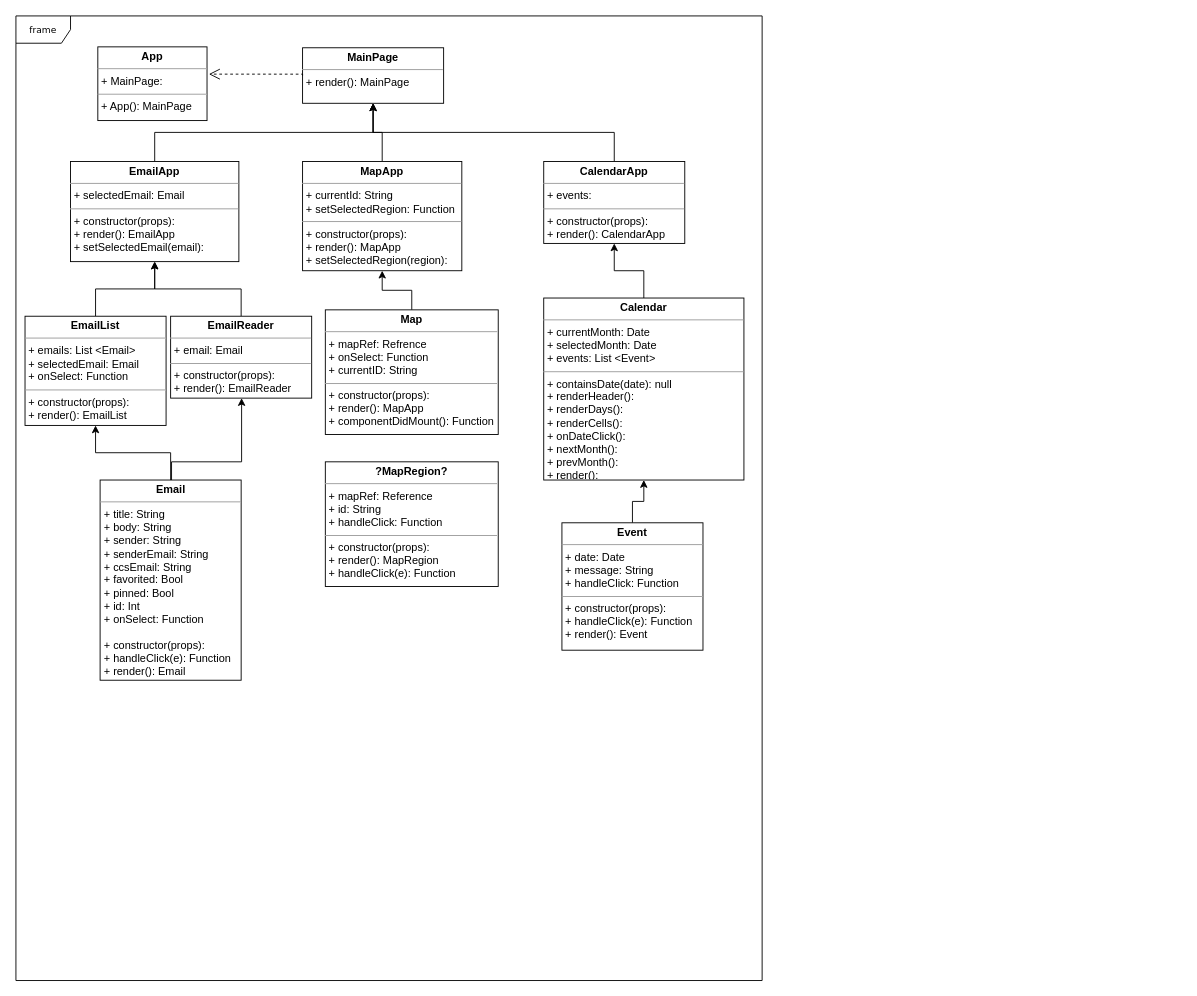
Before: Grand Theft Democracy UML.drawio in RunAroundInCircles/Breaking-Democracy, a draw.io diagram. Source tidied: cells renumbered, new cells numbered last; positions are measured from the earlier drawing's top-left corner, leaving out a move shared by most shapes. Both pictures are drawn from the tidied source at 91%, with x=0, y=0 at pixel (15, 15).
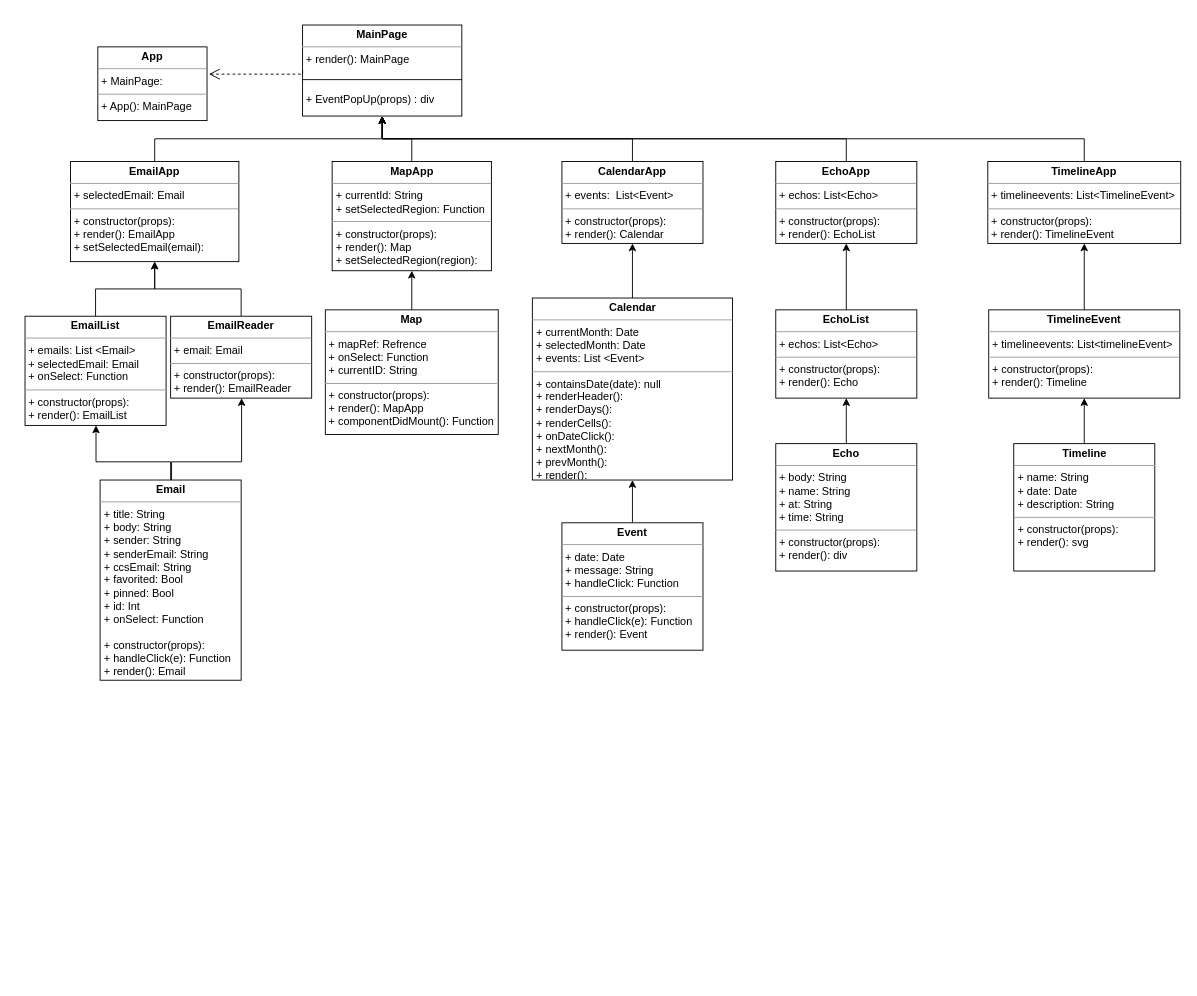
The same page after the edit.

The change refers to these unchanged cells:
```xml
<mxCell id="13" value="&lt;p style=&quot;margin: 0px ; margin-top: 4px ; text-align: center&quot;&gt;&lt;b&gt;EmailList&lt;/b&gt;&lt;/p&gt;&lt;hr size=&quot;1&quot;&gt;&lt;p style=&quot;margin: 0px ; margin-left: 4px&quot;&gt;+ emails: List &amp;lt;Email&amp;gt;&lt;br&gt;+ selectedEmail: Email&lt;/p&gt;&lt;p style=&quot;margin: 0px ; margin-left: 4px&quot;&gt;+ onSelect: Function&amp;nbsp;&lt;/p&gt;&lt;hr size=&quot;1&quot;&gt;&lt;p style=&quot;margin: 0px ; margin-left: 4px&quot;&gt;+ constructor(props):&lt;/p&gt;&lt;p style=&quot;margin: 0px ; margin-left: 4px&quot;&gt;+ render(): EmailList&lt;/p&gt;&lt;p style=&quot;margin: 0px ; margin-left: 4px&quot;&gt;&lt;br&gt;&lt;br&gt;&lt;/p&gt;" style="verticalAlign=top;align=left;overflow=fill;fontSize=12;fontFamily=Helvetica;html=1;rounded=0;shadow=0;comic=0;labelBackgroundColor=none;strokeWidth=1;" parent="1" vertex="1">
  <mxGeometry x="10" y="330" width="155" height="120" as="geometry" />
</mxCell>
<mxCell id="18" value="&lt;p style=&quot;margin: 0px ; margin-top: 4px ; text-align: center&quot;&gt;&lt;b&gt;Email&lt;/b&gt;&lt;/p&gt;&lt;hr size=&quot;1&quot;&gt;&lt;p style=&quot;margin: 0px ; margin-left: 4px&quot;&gt;+ title: String&lt;/p&gt;&lt;p style=&quot;margin: 0px ; margin-left: 4px&quot;&gt;+ body: String&lt;/p&gt;&lt;p style=&quot;margin: 0px ; margin-left: 4px&quot;&gt;+ sender: String&lt;/p&gt;&lt;p style=&quot;margin: 0px ; margin-left: 4px&quot;&gt;+ senderEmail: String&lt;/p&gt;&lt;p style=&quot;margin: 0px ; margin-left: 4px&quot;&gt;+ ccsEmail: String&lt;/p&gt;&lt;p style=&quot;margin: 0px ; margin-left: 4px&quot;&gt;+ favorited: Bool&lt;/p&gt;&lt;p style=&quot;margin: 0px ; margin-left: 4px&quot;&gt;+ pinned: Bool&lt;/p&gt;&lt;p style=&quot;margin: 0px ; margin-left: 4px&quot;&gt;+ id: Int&lt;/p&gt;&lt;p style=&quot;margin: 0px ; margin-left: 4px&quot;&gt;+ onSelect: Function&lt;/p&gt;&lt;p style=&quot;margin: 0px ; margin-left: 4px&quot;&gt;&lt;br&gt;&lt;/p&gt;&lt;p style=&quot;margin: 0px 0px 0px 4px&quot;&gt;+ constructor(props):&lt;/p&gt;&lt;p style=&quot;margin: 0px ; margin-left: 4px&quot;&gt;+ handleClick(e): Function&lt;/p&gt;&lt;p style=&quot;margin: 0px ; margin-left: 4px&quot;&gt;&lt;span&gt;+ render(): Email&lt;/span&gt;&lt;br&gt;&lt;/p&gt;&lt;p style=&quot;margin: 0px ; margin-left: 4px&quot;&gt;&lt;br&gt;&lt;/p&gt;" style="verticalAlign=top;align=left;overflow=fill;fontSize=12;fontFamily=Helvetica;html=1;rounded=0;shadow=0;comic=0;labelBackgroundColor=none;strokeWidth=1;" parent="1" vertex="1">
  <mxGeometry x="92.5" y="510" width="155" height="220" as="geometry" />
</mxCell>
```

What changed in the source:
```diff
@@
-    <mxCell id="2" value="frame" style="shape=umlFrame;whiteSpace=wrap;html=1;rounded=0;shadow=0;comic=0;labelBackgroundColor=none;strokeWidth=1;fontFamily=Verdana;fontSize=10;align=center;" parent="1" vertex="1">
-      <mxGeometry width="820" height="1060" as="geometry" />
-    </mxCell>
-    <mxCell id="3" value="&lt;p style=&quot;margin: 0px ; margin-top: 4px ; text-align: center&quot;&gt;&lt;b&gt;MainPage&lt;/b&gt;&lt;/p&gt;&lt;hr size=&quot;1&quot;&gt;&lt;p style=&quot;margin: 0px ; margin-left: 4px&quot;&gt;&lt;span&gt;+ render(): MainPage&lt;/span&gt;&lt;br&gt;&lt;/p&gt;&lt;p style=&quot;margin: 0px ; margin-left: 4px&quot;&gt;&lt;br&gt;&lt;/p&gt;" style="verticalAlign=top;align=left;overflow=fill;fontSize=12;fontFamily=Helvetica;html=1;rounded=0;shadow=0;comic=0;labelBackgroundColor=none;strokeWidth=1;" parent="1" vertex="1">
-      <mxGeometry x="315" y="35" width="155" height="61" as="geometry" />
+    <mxCell id="3" value="&lt;p style=&quot;margin: 0px ; margin-top: 4px ; text-align: center&quot;&gt;&lt;b&gt;MainPage&lt;/b&gt;&lt;/p&gt;&lt;hr size=&quot;1&quot;&gt;&lt;p style=&quot;margin: 0px ; margin-left: 4px&quot;&gt;&lt;span&gt;+ render(): MainPage&lt;/span&gt;&lt;br&gt;&lt;/p&gt;&lt;p style=&quot;margin: 0px ; margin-left: 4px&quot;&gt;&lt;span&gt;&lt;br&gt;&lt;/span&gt;&lt;/p&gt;&lt;p style=&quot;margin: 0px ; margin-left: 4px&quot;&gt;&lt;br&gt;&lt;/p&gt;&lt;p style=&quot;margin: 0px ; margin-left: 4px&quot;&gt;+ EventPopUp(props) : div&lt;/p&gt;&lt;p style=&quot;margin: 0px ; margin-left: 4px&quot;&gt;&lt;br&gt;&lt;/p&gt;" style="verticalAlign=top;align=left;overflow=fill;fontSize=12;fontFamily=Helvetica;html=1;rounded=0;shadow=0;comic=0;labelBackgroundColor=none;strokeWidth=1;" parent="1" vertex="1">
+      <mxGeometry x="315" y="10" width="175" height="100" as="geometry" />
     </mxCell>
@@
-    <mxCell id="9" value="&lt;p style=&quot;margin: 0px ; margin-top: 4px ; text-align: center&quot;&gt;&lt;b&gt;CalendarApp&lt;/b&gt;&lt;/p&gt;&lt;hr size=&quot;1&quot;&gt;&lt;p style=&quot;margin: 0px ; margin-left: 4px&quot;&gt;+ events:&amp;nbsp;&lt;span&gt;&amp;nbsp;&lt;/span&gt;&lt;/p&gt;&lt;hr size=&quot;1&quot;&gt;&lt;p style=&quot;margin: 0px ; margin-left: 4px&quot;&gt;+ constructor(props):&lt;/p&gt;&lt;p style=&quot;margin: 0px ; margin-left: 4px&quot;&gt;+ render(): CalendarApp&lt;br&gt;&lt;br&gt;&lt;/p&gt;" style="verticalAlign=top;align=left;overflow=fill;fontSize=12;fontFamily=Helvetica;html=1;rounded=0;shadow=0;comic=0;labelBackgroundColor=none;strokeWidth=1;" parent="1" vertex="1">
-      <mxGeometry x="580" y="160" width="155" height="90" as="geometry" />
+    <mxCell id="9" value="&lt;p style=&quot;margin: 0px ; margin-top: 4px ; text-align: center&quot;&gt;&lt;b&gt;CalendarApp&lt;/b&gt;&lt;/p&gt;&lt;hr size=&quot;1&quot;&gt;&lt;p style=&quot;margin: 0px ; margin-left: 4px&quot;&gt;+ events:&amp;nbsp;&lt;span&gt;&amp;nbsp;List&amp;lt;Event&amp;gt;&lt;/span&gt;&lt;/p&gt;&lt;hr size=&quot;1&quot;&gt;&lt;p style=&quot;margin: 0px ; margin-left: 4px&quot;&gt;+ constructor(props):&lt;/p&gt;&lt;p style=&quot;margin: 0px ; margin-left: 4px&quot;&gt;+ render(): Calendar&lt;br&gt;&lt;br&gt;&lt;/p&gt;" style="verticalAlign=top;align=left;overflow=fill;fontSize=12;fontFamily=Helvetica;html=1;rounded=0;shadow=0;comic=0;labelBackgroundColor=none;strokeWidth=1;" parent="1" vertex="1">
+      <mxGeometry x="600" y="160" width="155" height="90" as="geometry" />
     </mxCell>
@@
-    <mxCell id="11" value="&lt;p style=&quot;margin: 0px ; margin-top: 4px ; text-align: center&quot;&gt;&lt;b&gt;MapApp&lt;/b&gt;&lt;/p&gt;&lt;hr size=&quot;1&quot;&gt;&lt;p style=&quot;margin: 0px ; margin-left: 4px&quot;&gt;+ currentId: String&lt;br&gt;+ setSelectedRegion: Function&lt;/p&gt;&lt;hr size=&quot;1&quot;&gt;&lt;p style=&quot;margin: 0px ; margin-left: 4px&quot;&gt;+ constructor(props):&lt;/p&gt;&lt;p style=&quot;margin: 0px ; margin-left: 4px&quot;&gt;+ render(): MapApp&lt;br&gt;&lt;/p&gt;&lt;p style=&quot;margin: 0px ; margin-left: 4px&quot;&gt;+ setSelectedRegion(region):&amp;nbsp;&lt;/p&gt;" style="verticalAlign=top;align=left;overflow=fill;fontSize=12;fontFamily=Helvetica;html=1;rounded=0;shadow=0;comic=0;labelBackgroundColor=none;strokeWidth=1;" parent="1" vertex="1">
-      <mxGeometry x="315" y="160" width="175" height="120" as="geometry" />
+    <mxCell id="11" value="&lt;p style=&quot;margin: 0px ; margin-top: 4px ; text-align: center&quot;&gt;&lt;b&gt;MapApp&lt;/b&gt;&lt;/p&gt;&lt;hr size=&quot;1&quot;&gt;&lt;p style=&quot;margin: 0px ; margin-left: 4px&quot;&gt;+ currentId: String&lt;br&gt;+ setSelectedRegion: Function&lt;/p&gt;&lt;hr size=&quot;1&quot;&gt;&lt;p style=&quot;margin: 0px ; margin-left: 4px&quot;&gt;+ constructor(props):&lt;/p&gt;&lt;p style=&quot;margin: 0px ; margin-left: 4px&quot;&gt;+ render(): Map&lt;br&gt;&lt;/p&gt;&lt;p style=&quot;margin: 0px ; margin-left: 4px&quot;&gt;+ setSelectedRegion(region):&amp;nbsp;&lt;/p&gt;" style="verticalAlign=top;align=left;overflow=fill;fontSize=12;fontFamily=Helvetica;html=1;rounded=0;shadow=0;comic=0;labelBackgroundColor=none;strokeWidth=1;" parent="1" vertex="1">
+      <mxGeometry x="347.5" y="160" width="175" height="120" as="geometry" />
     </mxCell>
@@
     <mxCell id="16" style="edgeStyle=orthogonalEdgeStyle;rounded=0;jettySize=auto;html=1;" parent="1" edge="1" source="18" target="13">
-      <mxGeometry relative="1" as="geometry" />
+      <mxGeometry relative="1" as="geometry">
+        <Array as="points">
+          <mxPoint x="170" y="490" />
+          <mxPoint x="88" y="490" />
+        </Array>
+      </mxGeometry>
     </mxCell>
@@
-    <mxCell id="21" value="&lt;p style=&quot;margin: 0px ; margin-top: 4px ; text-align: center&quot;&gt;&lt;b&gt;?MapRegion?&lt;/b&gt;&lt;/p&gt;&lt;hr size=&quot;1&quot;&gt;&lt;p style=&quot;margin: 0px ; margin-left: 4px&quot;&gt;+ mapRef: Reference&lt;br&gt;+ id: String&lt;/p&gt;&lt;p style=&quot;margin: 0px ; margin-left: 4px&quot;&gt;+ handleClick: Function&lt;/p&gt;&lt;hr size=&quot;1&quot;&gt;&lt;p style=&quot;margin: 0px ; margin-left: 4px&quot;&gt;+ constructor(props):&lt;/p&gt;&lt;p style=&quot;margin: 0px ; margin-left: 4px&quot;&gt;+ render(): MapRegion&lt;br&gt;&lt;/p&gt;&lt;p style=&quot;margin: 0px ; margin-left: 4px&quot;&gt;+ handleClick(e): Function&lt;/p&gt;" style="verticalAlign=top;align=left;overflow=fill;fontSize=12;fontFamily=Helvetica;html=1;rounded=0;shadow=0;comic=0;labelBackgroundColor=none;strokeWidth=1;" parent="1" vertex="1">
-      <mxGeometry x="340" y="490" width="190" height="137" as="geometry" />
-    </mxCell>
@@
     <mxCell id="23" value="&lt;p style=&quot;margin: 0px ; margin-top: 4px ; text-align: center&quot;&gt;&lt;b&gt;Calendar&lt;/b&gt;&lt;/p&gt;&lt;hr size=&quot;1&quot;&gt;&lt;p style=&quot;margin: 0px ; margin-left: 4px&quot;&gt;+ currentMonth: Date&lt;/p&gt;&lt;p style=&quot;margin: 0px ; margin-left: 4px&quot;&gt;+ selectedMonth: Date&lt;/p&gt;&lt;p style=&quot;margin: 0px ; margin-left: 4px&quot;&gt;+ events: List &amp;lt;Event&amp;gt;&amp;nbsp;&lt;span&gt;&amp;nbsp;&lt;/span&gt;&lt;/p&gt;&lt;hr size=&quot;1&quot;&gt;&lt;p style=&quot;margin: 0px ; margin-left: 4px&quot;&gt;+ containsDate(date): null&lt;/p&gt;&lt;p style=&quot;margin: 0px ; margin-left: 4px&quot;&gt;+ renderHeader():&lt;/p&gt;&lt;p style=&quot;margin: 0px ; margin-left: 4px&quot;&gt;+ renderDays():&amp;nbsp;&lt;/p&gt;&lt;p style=&quot;margin: 0px ; margin-left: 4px&quot;&gt;+ renderCells():&lt;/p&gt;&lt;p style=&quot;margin: 0px ; margin-left: 4px&quot;&gt;+ onDateClick():&amp;nbsp;&lt;/p&gt;&lt;p style=&quot;margin: 0px ; margin-left: 4px&quot;&gt;+ nextMonth():&lt;/p&gt;&lt;p style=&quot;margin: 0px ; margin-left: 4px&quot;&gt;+ prevMonth():&lt;/p&gt;&lt;p style=&quot;margin: 0px ; margin-left: 4px&quot;&gt;+ render():&amp;nbsp;&lt;br&gt;&lt;br&gt;&lt;/p&gt;" style="verticalAlign=top;align=left;overflow=fill;fontSize=12;fontFamily=Helvetica;html=1;rounded=0;shadow=0;comic=0;labelBackgroundColor=none;strokeWidth=1;" parent="1" vertex="1">
-      <mxGeometry x="580" y="310" width="220" height="200" as="geometry" />
+      <mxGeometry x="567.5" y="310" width="220" height="200" as="geometry" />
     </mxCell>
@@
+    <mxCell id="26" style="edgeStyle=orthogonalEdgeStyle;rounded=0;jettySize=auto;html=1;entryX=0.5;entryY=1;entryDx=0;entryDy=0;exitX=0.5;exitY=0;exitDx=0;exitDy=0;" parent="1" edge="1" source="27" target="3">
+      <mxGeometry relative="1" as="geometry" />
+    </mxCell>
+    <mxCell id="27" value="&lt;p style=&quot;margin: 0px ; margin-top: 4px ; text-align: center&quot;&gt;&lt;b&gt;EchoApp&lt;/b&gt;&lt;/p&gt;&lt;hr size=&quot;1&quot;&gt;&lt;p style=&quot;margin: 0px ; margin-left: 4px&quot;&gt;+&lt;span&gt;&amp;nbsp;echos: List&amp;lt;Echo&amp;gt;&lt;/span&gt;&lt;/p&gt;&lt;hr size=&quot;1&quot;&gt;&lt;p style=&quot;margin: 0px ; margin-left: 4px&quot;&gt;+ constructor(props):&lt;/p&gt;&lt;p style=&quot;margin: 0px ; margin-left: 4px&quot;&gt;+ render(): EchoList&lt;br&gt;&lt;br&gt;&lt;/p&gt;" style="verticalAlign=top;align=left;overflow=fill;fontSize=12;fontFamily=Helvetica;html=1;rounded=0;shadow=0;comic=0;labelBackgroundColor=none;strokeWidth=1;" parent="1" vertex="1">
+      <mxGeometry x="835" y="160" width="155" height="90" as="geometry" />
+    </mxCell>
+    <mxCell id="28" style="edgeStyle=orthogonalEdgeStyle;rounded=0;jettySize=auto;html=1;entryX=0.5;entryY=1;entryDx=0;entryDy=0;exitX=0.5;exitY=0;exitDx=0;exitDy=0;" parent="1" edge="1" source="29" target="3">
+      <mxGeometry relative="1" as="geometry" />
+    </mxCell>
+    <mxCell id="29" value="&lt;p style=&quot;margin: 0px ; margin-top: 4px ; text-align: center&quot;&gt;&lt;b&gt;TimelineApp&lt;/b&gt;&lt;/p&gt;&lt;hr size=&quot;1&quot;&gt;&lt;p style=&quot;margin: 0px ; margin-left: 4px&quot;&gt;+ timelineevents: List&amp;lt;TimelineEvent&amp;gt;&lt;/p&gt;&lt;hr size=&quot;1&quot;&gt;&lt;p style=&quot;margin: 0px ; margin-left: 4px&quot;&gt;+ constructor(props):&lt;/p&gt;&lt;p style=&quot;margin: 0px ; margin-left: 4px&quot;&gt;+ render(): TimelineEvent&lt;br&gt;&lt;br&gt;&lt;/p&gt;" style="verticalAlign=top;align=left;overflow=fill;fontSize=12;fontFamily=Helvetica;html=1;rounded=0;shadow=0;comic=0;labelBackgroundColor=none;strokeWidth=1;" parent="1" vertex="1">
+      <mxGeometry x="1068" y="160" width="212" height="90" as="geometry" />
+    </mxCell>
+    <mxCell id="30" style="endArrow=none;html=1;exitX=0;exitY=0.5;exitDx=0;exitDy=0;entryX=1;entryY=0.5;entryDx=0;entryDy=0;" parent="1" edge="1">
+      <mxGeometry relative="1" as="geometry">
+        <mxPoint x="315" y="70" as="sourcePoint" />
+        <mxPoint x="490" y="70" as="targetPoint" />
+      </mxGeometry>
+    </mxCell>
+    <mxCell id="31" style="edgeStyle=orthogonalEdgeStyle;rounded=0;jettySize=auto;html=1;entryX=0.5;entryY=1;entryDx=0;entryDy=0;" parent="1" edge="1" source="32" target="34">
+      <mxGeometry relative="1" as="geometry" />
+    </mxCell>
+    <mxCell id="32" value="&lt;p style=&quot;margin: 0px ; margin-top: 4px ; text-align: center&quot;&gt;&lt;b&gt;Echo&lt;/b&gt;&lt;/p&gt;&lt;hr size=&quot;1&quot;&gt;&lt;p style=&quot;margin: 0px ; margin-left: 4px&quot;&gt;+ body: String&lt;/p&gt;&lt;p style=&quot;margin: 0px ; margin-left: 4px&quot;&gt;+ name: String&lt;/p&gt;&lt;p style=&quot;margin: 0px ; margin-left: 4px&quot;&gt;+ at: String&lt;/p&gt;&lt;p style=&quot;margin: 0px ; margin-left: 4px&quot;&gt;+ time: String&lt;/p&gt;&lt;hr size=&quot;1&quot;&gt;&lt;p style=&quot;margin: 0px ; margin-left: 4px&quot;&gt;+ constructor(props):&lt;/p&gt;&lt;p style=&quot;margin: 0px ; margin-left: 4px&quot;&gt;&lt;span&gt;+ render(): div&lt;/span&gt;&lt;br&gt;&lt;/p&gt;&lt;p style=&quot;margin: 0px ; margin-left: 4px&quot;&gt;&lt;br&gt;&lt;/p&gt;" style="verticalAlign=top;align=left;overflow=fill;fontSize=12;fontFamily=Helvetica;html=1;rounded=0;shadow=0;comic=0;labelBackgroundColor=none;strokeWidth=1;" parent="1" vertex="1">
+      <mxGeometry x="835" y="470" width="155" height="140" as="geometry" />
+    </mxCell>
+    <mxCell id="33" style="edgeStyle=orthogonalEdgeStyle;rounded=0;jettySize=auto;html=1;entryX=0.5;entryY=1;entryDx=0;entryDy=0;" parent="1" edge="1" source="34" target="27">
+      <mxGeometry relative="1" as="geometry" />
+    </mxCell>
+    <mxCell id="34" value="&lt;p style=&quot;margin: 0px ; margin-top: 4px ; text-align: center&quot;&gt;&lt;b&gt;EchoList&lt;/b&gt;&lt;/p&gt;&lt;hr size=&quot;1&quot;&gt;&lt;p style=&quot;margin: 0px ; margin-left: 4px&quot;&gt;+ echos: List&amp;lt;Echo&amp;gt;&lt;/p&gt;&lt;hr size=&quot;1&quot;&gt;&lt;p style=&quot;margin: 0px ; margin-left: 4px&quot;&gt;+ constructor(props):&lt;/p&gt;&lt;p style=&quot;margin: 0px ; margin-left: 4px&quot;&gt;&lt;span&gt;+ render(): Echo&lt;/span&gt;&lt;br&gt;&lt;/p&gt;&lt;p style=&quot;margin: 0px ; margin-left: 4px&quot;&gt;&lt;br&gt;&lt;/p&gt;" style="verticalAlign=top;align=left;overflow=fill;fontSize=12;fontFamily=Helvetica;html=1;rounded=0;shadow=0;comic=0;labelBackgroundColor=none;strokeWidth=1;" parent="1" vertex="1">
+      <mxGeometry x="835" y="323" width="155" height="97" as="geometry" />
+    </mxCell>
+    <mxCell id="35" style="edgeStyle=orthogonalEdgeStyle;rounded=0;jettySize=auto;html=1;entryX=0.5;entryY=1;entryDx=0;entryDy=0;" parent="1" edge="1" source="36" target="29">
+      <mxGeometry relative="1" as="geometry" />
+    </mxCell>
+    <mxCell id="36" value="&lt;p style=&quot;margin: 0px ; margin-top: 4px ; text-align: center&quot;&gt;&lt;b&gt;TimelineEvent&lt;/b&gt;&lt;/p&gt;&lt;hr size=&quot;1&quot;&gt;&lt;p style=&quot;margin: 0px ; margin-left: 4px&quot;&gt;+ timelineevents: List&amp;lt;timelineEvent&amp;gt;&lt;/p&gt;&lt;hr size=&quot;1&quot;&gt;&lt;p style=&quot;margin: 0px ; margin-left: 4px&quot;&gt;+ constructor(props):&lt;/p&gt;&lt;p style=&quot;margin: 0px ; margin-left: 4px&quot;&gt;&lt;span&gt;+ render(): Timeline&lt;/span&gt;&lt;br&gt;&lt;/p&gt;&lt;p style=&quot;margin: 0px ; margin-left: 4px&quot;&gt;&lt;br&gt;&lt;/p&gt;" style="verticalAlign=top;align=left;overflow=fill;fontSize=12;fontFamily=Helvetica;html=1;rounded=0;shadow=0;comic=0;labelBackgroundColor=none;strokeWidth=1;" parent="1" vertex="1">
+      <mxGeometry x="1069" y="323" width="210" height="97" as="geometry" />
+    </mxCell>
+    <mxCell id="37" style="edgeStyle=orthogonalEdgeStyle;rounded=0;jettySize=auto;html=1;entryX=0.5;entryY=1;entryDx=0;entryDy=0;" parent="1" edge="1" source="38" target="36">
+      <mxGeometry relative="1" as="geometry" />
+    </mxCell>
+    <mxCell id="38" value="&lt;p style=&quot;margin: 0px ; margin-top: 4px ; text-align: center&quot;&gt;&lt;b&gt;Timeline&lt;/b&gt;&lt;/p&gt;&lt;hr size=&quot;1&quot;&gt;&lt;p style=&quot;margin: 0px ; margin-left: 4px&quot;&gt;&lt;span&gt;+ name: String&lt;/span&gt;&lt;br&gt;&lt;/p&gt;&lt;p style=&quot;margin: 0px ; margin-left: 4px&quot;&gt;+ date: Date&lt;/p&gt;&lt;p style=&quot;margin: 0px ; margin-left: 4px&quot;&gt;+ description: String&lt;/p&gt;&lt;hr size=&quot;1&quot;&gt;&lt;p style=&quot;margin: 0px ; margin-left: 4px&quot;&gt;+ constructor(props):&lt;/p&gt;&lt;p style=&quot;margin: 0px ; margin-left: 4px&quot;&gt;&lt;span&gt;+ render(): svg&lt;/span&gt;&lt;br&gt;&lt;/p&gt;&lt;p style=&quot;margin: 0px ; margin-left: 4px&quot;&gt;&lt;br&gt;&lt;/p&gt;" style="verticalAlign=top;align=left;overflow=fill;fontSize=12;fontFamily=Helvetica;html=1;rounded=0;shadow=0;comic=0;labelBackgroundColor=none;strokeWidth=1;" parent="1" vertex="1">
+      <mxGeometry x="1096.5" y="470" width="155" height="140" as="geometry" />
+    </mxCell>
```
